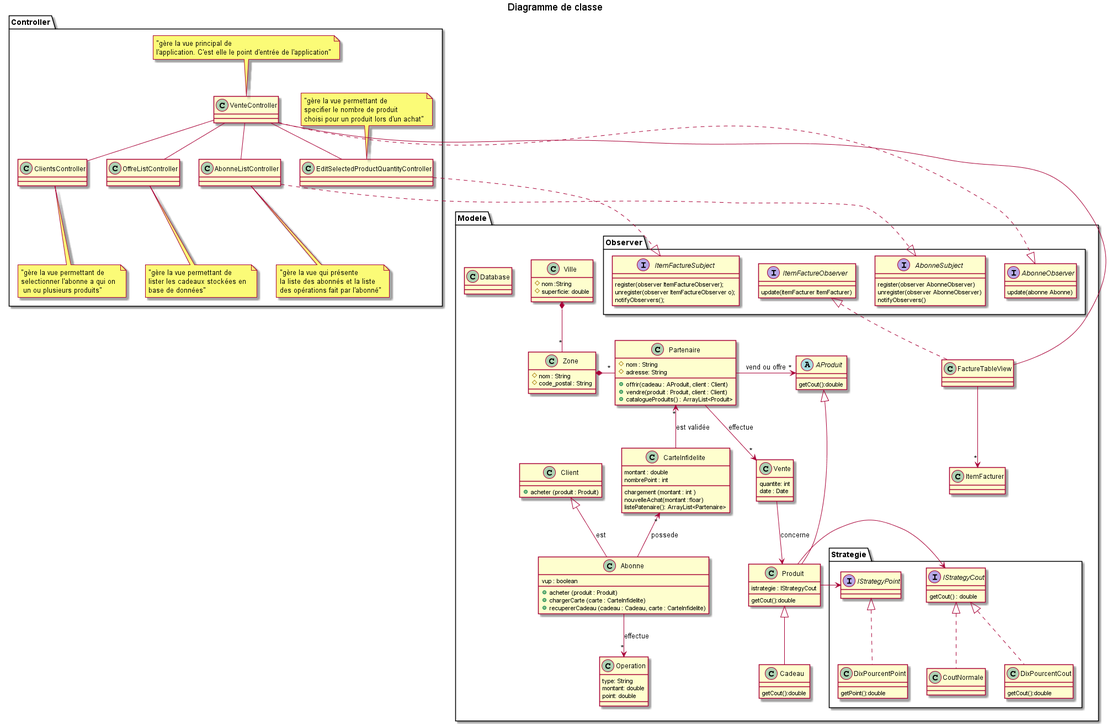
Before: out/Diagramme/Readme.png, a diagram exported from PlantUML (ZeroAbsolue/infidelite).
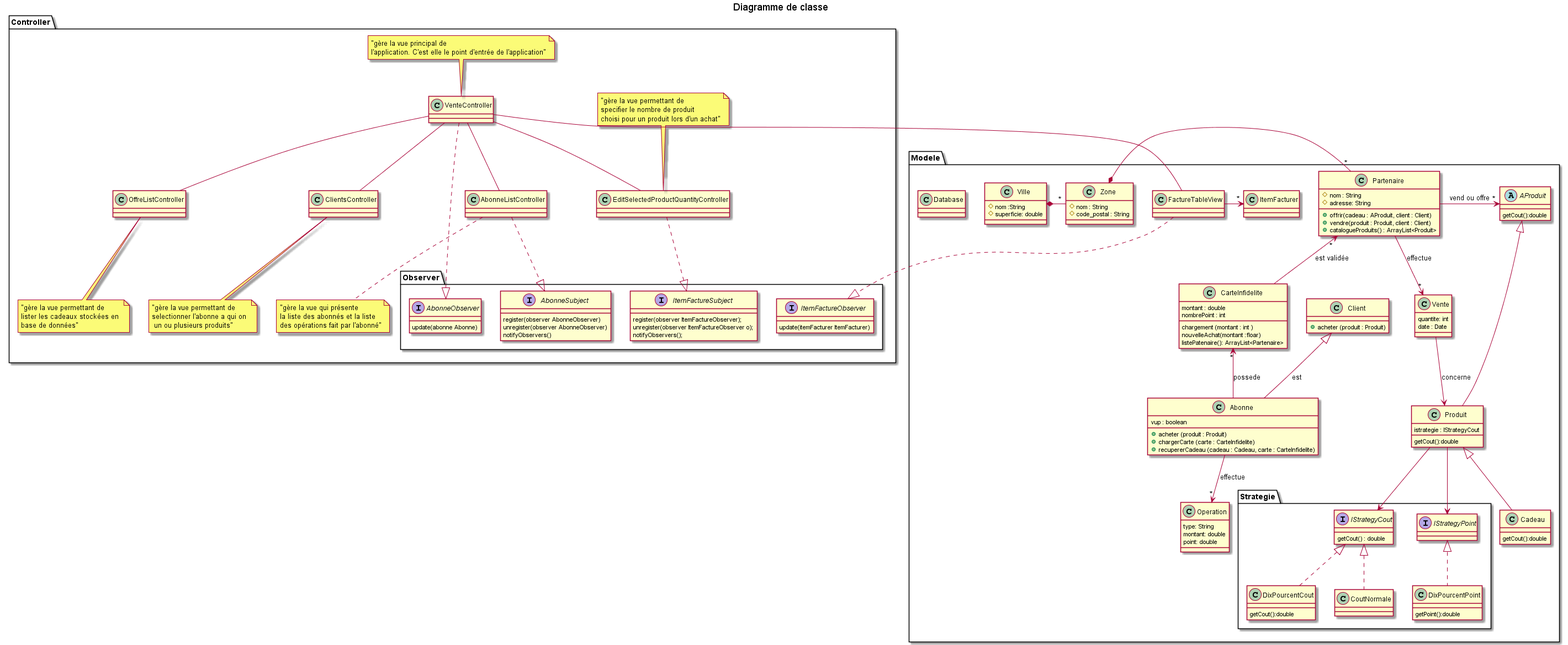
Later version of the same file.

Commit message:
Mise a jour diagramme de classe

The edit, as a diff of the source:
```diff
@@ -71,41 +71,17 @@
         DixPourcentCout .up.|> IStrategyCout
     }
 
-    package Observer{
-        interface AbonneObserver{
-            update(abonne Abonne)
-        }
 
-        interface AbonneSubject{
-            register(observer AbonneObserver)
-            unregister(observer AbonneObserver)
-            notifyObservers()
-
-        }
-
-        interface ItemFactureObserver{
-            update(itemFacturer ItemFacturer)
-        }
-
-        interface ItemFactureSubject {
-            register(observer ItemFactureObserver);
-            unregister(observer ItemFactureObserver o);
-            notifyObservers();
-        }
-
-
-
-    }
 
     class ItemFacturer{
 
     }
 
-    class FactureTableView implements ItemFactureObserver{
+    class FactureTableView {
 
     }
 
-    FactureTableView --> "*"ItemFacturer
+    FactureTableView -right-> "*"ItemFacturer
 
     class Vente{
         quantite: int
@@ -125,11 +101,11 @@
     Abonne -up-> "*"CarteInfidelite : possede
     Abonne -up-|> Client : est
 
-    Ville *-- "*" Zone
+    Ville *-right- "*" Zone
     Zone *-right- "*" Partenaire
     Partenaire -> "*" AProduit : vend ou offre
-    Produit -> IStrategyCout
-    Produit -> IStrategyPoint
+    Produit --> IStrategyCout
+    Produit --> IStrategyPoint
     CarteInfidelite -up-> "*"Partenaire : "est validée"
     Partenaire --> "*" Vente : effectue
     Abonne --> "*" Operation : effectue
@@ -167,14 +143,41 @@
     }
     note top: "gère la vue principal de \nl'application. C'est elle le point d'entrée de l'application"
 
-    VenteController .down.|>AbonneObserver
-    EditSelectedProductQuantityController .down.|>ItemFactureSubject
-    AbonneListController .down.|>AbonneSubject
-    VenteController -down- ClientsController
-    VenteController -down- OffreListController
-    VenteController -down- AbonneListController
-    VenteController -down- EditSelectedProductQuantityController
-    VenteController -right- FactureTableView
+    package Observer{
+        interface AbonneObserver{
+            update(abonne Abonne)
+        }
+
+        interface AbonneSubject{
+            register(observer AbonneObserver)
+            unregister(observer AbonneObserver)
+            notifyObservers()
+
+        }
+
+        interface ItemFactureObserver{
+            update(itemFacturer ItemFacturer)
+        }
+
+        interface ItemFactureSubject {
+            register(observer ItemFactureObserver);
+            unregister(observer ItemFactureObserver o);
+            notifyObservers();
+        }
+
+
+
+    }
+
+    VenteController ..|>AbonneObserver
+    EditSelectedProductQuantityController ..|>ItemFactureSubject
+    AbonneListController ..|>AbonneSubject
+    VenteController -- ClientsController
+    VenteController -- OffreListController
+    VenteController -- AbonneListController
+    VenteController -- EditSelectedProductQuantityController
+    VenteController -- FactureTableView
+    FactureTableView ..|> ItemFactureObserver
 
 }
 @enduml
```
